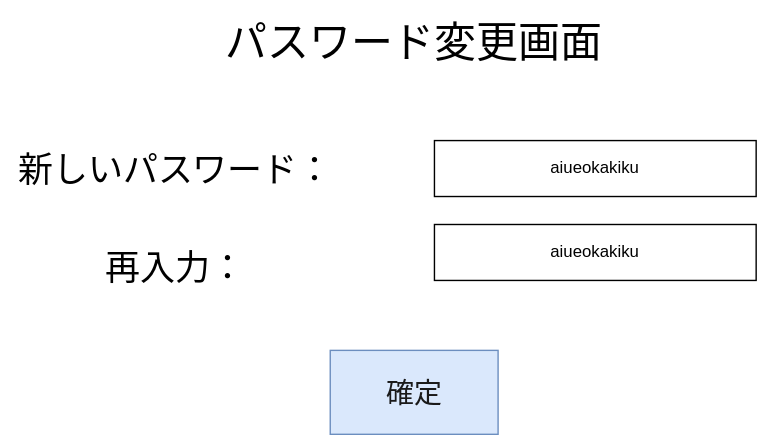
The draw.io diagram password_change.drawio.svg in nkc-ug/PSI, before a commit. Source tidied: cells renumbered, new cells last; positions are measured from the earlier drawing's top-left corner, leaving out a move shared by most shapes.
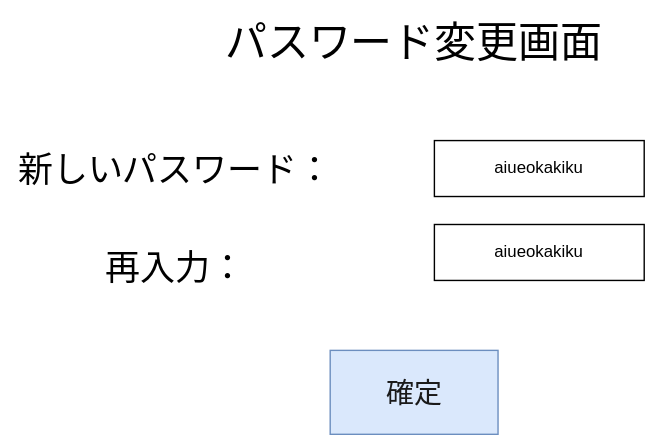
After the commit.

Commit message:
余白の調整

Diff of the diagram source:
```diff
@@ -2,8 +2,8 @@
   <root>
     <mxCell id="0" />
     <mxCell id="1" parent="0" />
-    <mxCell id="2" value="&lt;div&gt;aiueokakiku&lt;/div&gt;" style="rounded=0;whiteSpace=wrap;html=1;" parent="1" vertex="1">
-      <mxGeometry x="310" y="100" width="230" height="40" as="geometry" />
+    <mxCell id="2" value="&lt;div&gt;aiueokakiku&lt;/div&gt;" style="rounded=0;whiteSpace=wrap;html=1;perimeterSpacing=8;" parent="1" vertex="1">
+      <mxGeometry x="310" y="100" width="150" height="40" as="geometry" />
     </mxCell>
     <mxCell id="3" value="&lt;font style=&quot;font-size: 25px;&quot;&gt;新しいパスワード：&lt;/font&gt;" style="rounded=0;whiteSpace=wrap;html=1;fillColor=none;strokeColor=none;" parent="1" vertex="1">
       <mxGeometry y="90" width="250" height="60" as="geometry" />
@@ -15,7 +15,7 @@
       <mxGeometry x="235.5" y="250" width="120" height="60" as="geometry" />
     </mxCell>
     <mxCell id="6" value="aiueokakiku" style="rounded=0;whiteSpace=wrap;html=1;" parent="1" vertex="1">
-      <mxGeometry x="310" y="160" width="230" height="40" as="geometry" />
+      <mxGeometry x="310" y="160" width="150" height="40" as="geometry" />
     </mxCell>
     <mxCell id="7" value="&lt;font style=&quot;font-size: 30px;&quot;&gt;パスワード変更画面&lt;/font&gt;" style="rounded=0;whiteSpace=wrap;html=1;fillColor=none;strokeColor=none;" parent="1" vertex="1">
       <mxGeometry x="150" width="291" height="60" as="geometry" />
```
